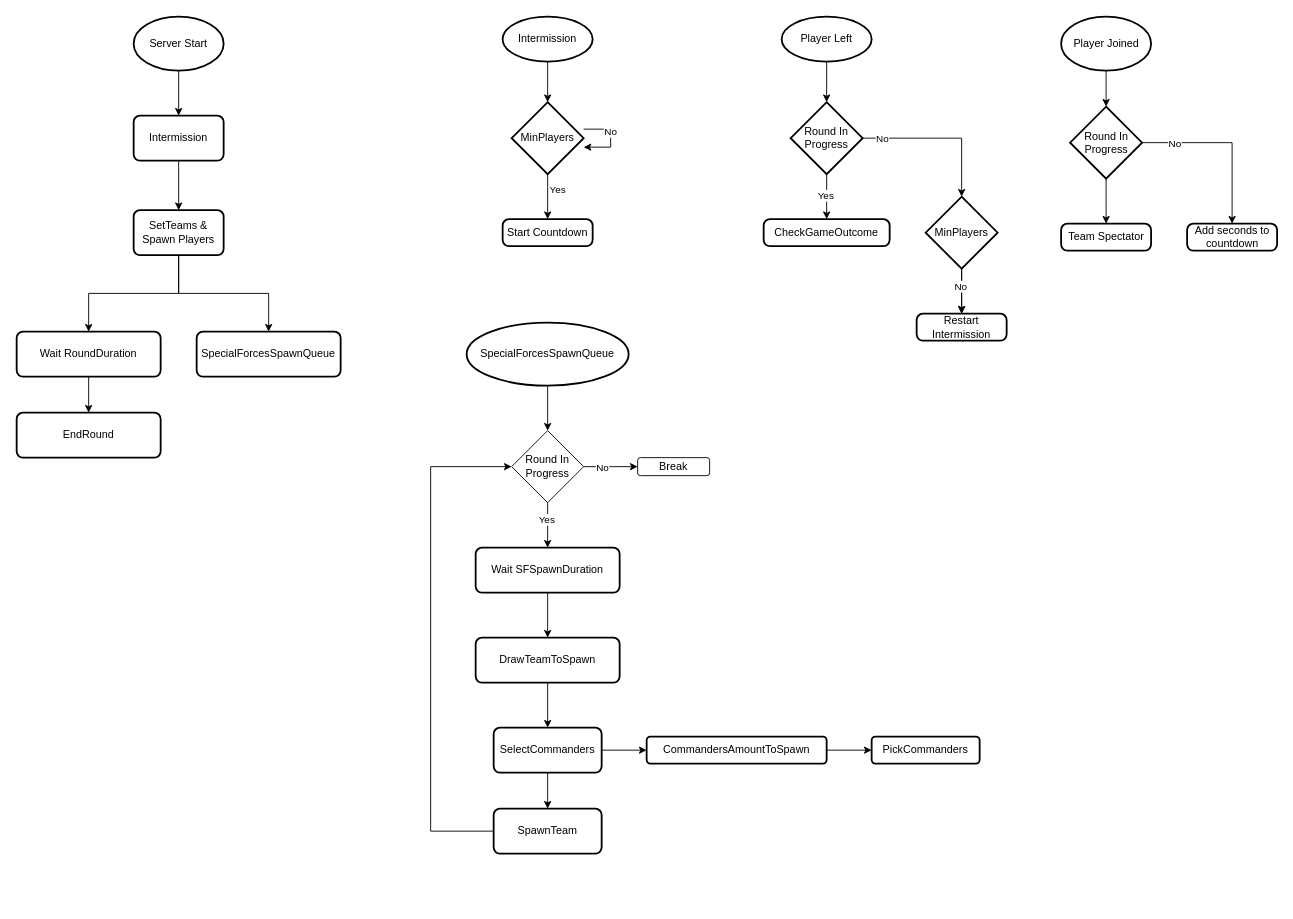
This is RoundSystem.drawio from olimaly/Diagrams, a draw.io file, before an edit. Source tidied: cells renumbered, new cells numbered last; positions are measured from the earlier drawing's top-left corner, leaving out a move shared by most shapes. Both pictures are drawn from the tidied source at 90%, with x=0, y=0 at pixel (16, 16).
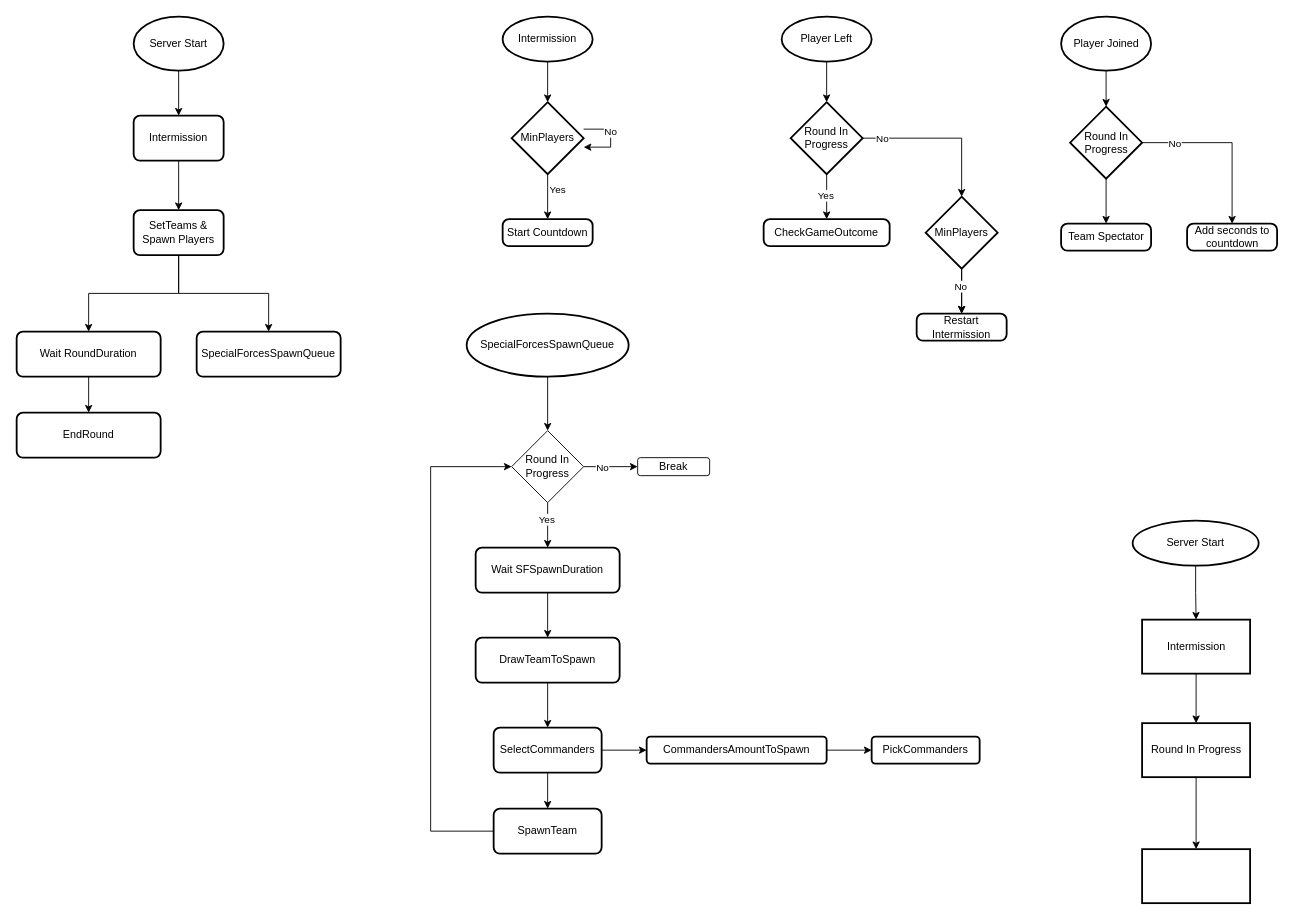
Above is the later version.

The edit, as a diff of the source:
```diff
@@
     <mxCell id="43" value="SpecialForcesSpawnQueue" style="strokeWidth=2;html=1;shape=mxgraph.flowchart.start_1;whiteSpace=wrap;" parent="1" vertex="1">
-      <mxGeometry x="500" y="340" width="180" height="70" as="geometry" />
+      <mxGeometry x="500" y="330" width="180" height="70" as="geometry" />
     </mxCell>
@@
+    <mxCell id="62" style="edgeStyle=orthogonalEdgeStyle;rounded=0;jettySize=auto;html=1;" parent="1" edge="1" source="63" target="65">
+      <mxGeometry relative="1" as="geometry" />
+    </mxCell>
+    <mxCell id="63" value="Server Start" style="strokeWidth=2;html=1;shape=mxgraph.flowchart.start_1;whiteSpace=wrap;" parent="1" vertex="1">
+      <mxGeometry x="1240" y="560" width="140" height="50" as="geometry" />
+    </mxCell>
+    <mxCell id="64" style="edgeStyle=orthogonalEdgeStyle;rounded=0;jettySize=auto;html=1;" parent="1" edge="1" source="65" target="67">
+      <mxGeometry relative="1" as="geometry" />
+    </mxCell>
+    <mxCell id="65" value="Intermission" style="whiteSpace=wrap;html=1;strokeWidth=2;" parent="1" vertex="1">
+      <mxGeometry x="1250.5" y="670" width="120" height="60" as="geometry" />
+    </mxCell>
+    <mxCell id="66" style="edgeStyle=orthogonalEdgeStyle;rounded=0;jettySize=auto;html=1;" parent="1" edge="1" source="67" target="68">
+      <mxGeometry relative="1" as="geometry" />
+    </mxCell>
+    <mxCell id="67" value="Round In Progress" style="whiteSpace=wrap;html=1;strokeWidth=2;" parent="1" vertex="1">
+      <mxGeometry x="1250.5" y="785" width="120" height="60" as="geometry" />
+    </mxCell>
+    <mxCell id="68" style="whiteSpace=wrap;html=1;strokeWidth=2;" parent="1" vertex="1">
+      <mxGeometry x="1250.5" y="925" width="120" height="60" as="geometry" />
+    </mxCell>
```
